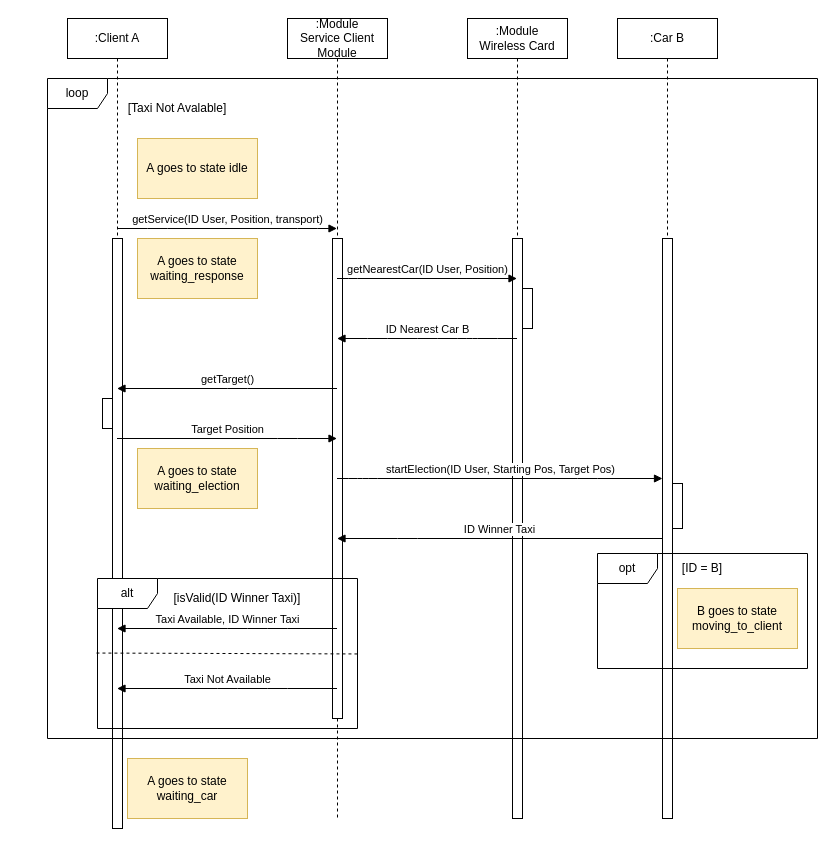
This is relazione/messaggi_utente_chiede_macchina.drawio from kraots94/Sistemi, a draw.io file, before an edit. Source tidied: cells renumbered, new cells numbered last; positions are measured from the earlier drawing's top-left corner, leaving out a move shared by most shapes. Both pictures are drawn from the tidied source at 100%, with x=0, y=0 at pixel (47, 18).
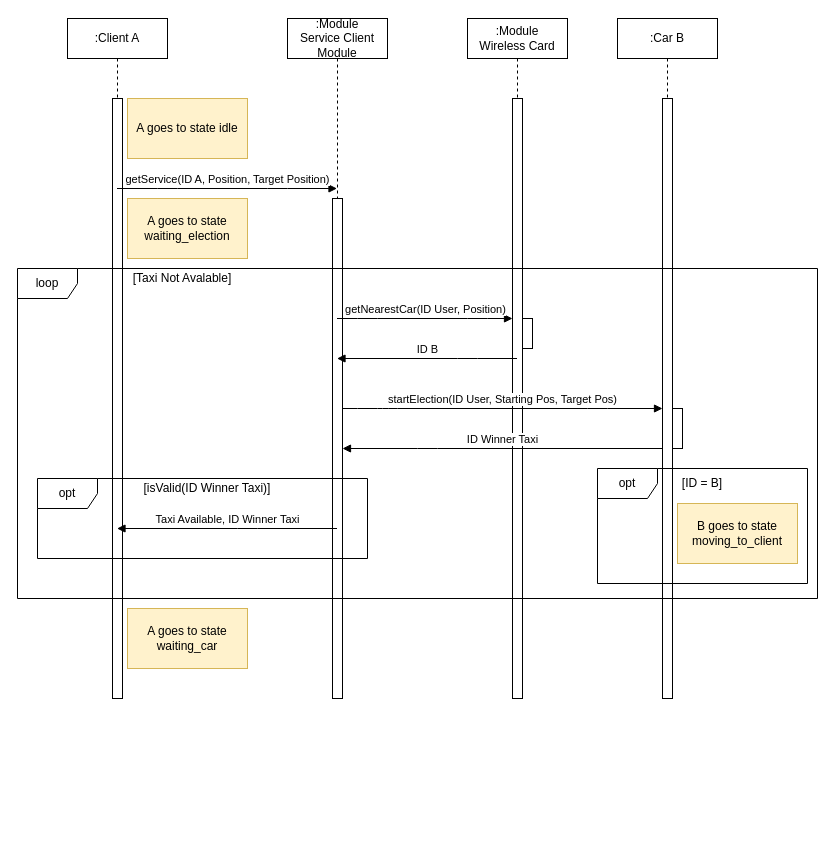
After the change.

Diff of the diagram source:
```diff
@@
     <mxCell id="2" value=":Client A" style="shape=umlLifeline;perimeter=lifelinePerimeter;whiteSpace=wrap;html=1;outlineConnect=0;" parent="1" vertex="1">
-      <mxGeometry x="20" width="100" height="810" as="geometry" />
+      <mxGeometry x="20" width="100" height="680" as="geometry" />
     </mxCell>
     <mxCell id="3" style="html=1;perimeter=orthogonalPerimeter;" parent="2" vertex="1">
-      <mxGeometry x="45" y="220" width="10" height="590" as="geometry" />
+      <mxGeometry x="45" y="80" width="10" height="600" as="geometry" />
     </mxCell>
-    <mxCell id="4" style="html=1;perimeter=orthogonalPerimeter;" parent="2" vertex="1">
-      <mxGeometry x="35" y="380" width="10" height="30" as="geometry" />
-    </mxCell>
     <mxCell id="5" value=":Module&lt;br&gt;Service Client Module" style="shape=umlLifeline;perimeter=lifelinePerimeter;whiteSpace=wrap;html=1;outlineConnect=0;" parent="1" vertex="1">
-      <mxGeometry x="240" width="100" height="800" as="geometry" />
+      <mxGeometry x="240" width="100" height="680" as="geometry" />
     </mxCell>
     <mxCell id="6" style="html=1;points=[];perimeter=orthogonalPerimeter;" parent="5" vertex="1">
-      <mxGeometry x="45" y="220" width="10" height="480" as="geometry" />
+      <mxGeometry x="45" y="180" width="10" height="500" as="geometry" />
     </mxCell>
     <mxCell id="7" value=":Module&lt;br&gt;Wireless Card" style="shape=umlLifeline;perimeter=lifelinePerimeter;whiteSpace=wrap;html=1;outlineConnect=0;" parent="1" vertex="1">
-      <mxGeometry x="420" width="100" height="800" as="geometry" />
+      <mxGeometry x="420" width="100" height="680" as="geometry" />
     </mxCell>
     <mxCell id="8" style="html=1;points=[];perimeter=orthogonalPerimeter;" parent="7" vertex="1">
-      <mxGeometry x="45" y="220" width="10" height="580" as="geometry" />
+      <mxGeometry x="45" y="80" width="10" height="600" as="geometry" />
     </mxCell>
     <mxCell id="9" style="html=1;perimeter=orthogonalPerimeter;" parent="7" vertex="1">
-      <mxGeometry x="55" y="270" width="10" height="40" as="geometry" />
+      <mxGeometry x="55" y="300" width="10" height="30" as="geometry" />
     </mxCell>
-    <mxCell id="10" value="A goes to state waiting_response" style="rounded=0;whiteSpace=wrap;html=1;fillColor=#fff2cc;strokeColor=#d6b656;" parent="1" vertex="1">
-      <mxGeometry x="90" y="220" width="120" height="60" as="geometry" />
-    </mxCell>
-    <mxCell id="11" value="getService(ID User, Position, transport)" style="html=1;verticalAlign=bottom;endArrow=block;" parent="1" edge="1">
+    <mxCell id="11" value="getService(ID A, Position, Target Position)" style="html=1;verticalAlign=bottom;endArrow=block;" parent="1" edge="1" source="2" target="5">
       <mxGeometry relative="1" as="geometry">
-        <mxPoint x="69.5" y="210" as="sourcePoint" />
-        <mxPoint x="289.5" y="210" as="targetPoint" />
         <Array as="points">
-          <mxPoint x="110" y="210" />
-          <mxPoint x="260" y="210" />
+          <mxPoint x="120" y="170" />
+          <mxPoint x="230" y="170" />
         </Array>
       </mxGeometry>
     </mxCell>
-    <mxCell id="12" value="getNearestCar(ID User, Position)" style="html=1;verticalAlign=bottom;endArrow=block;" parent="1" edge="1">
+    <mxCell id="12" value="getNearestCar(ID User, Position)" style="html=1;verticalAlign=bottom;endArrow=block;" parent="1" edge="1" source="5" target="8">
       <mxGeometry relative="1" as="geometry">
-        <mxPoint x="289.5" y="260" as="sourcePoint" />
-        <mxPoint x="469.5" y="260" as="targetPoint" />
         <Array as="points">
-          <mxPoint x="300" y="260" />
+          <mxPoint x="320" y="300" />
+          <mxPoint x="430" y="300" />
         </Array>
       </mxGeometry>
     </mxCell>
-    <mxCell id="13" value="ID Nearest Car B" style="html=1;verticalAlign=bottom;endArrow=block;" parent="1" edge="1">
-      <mxGeometry relative="1" as="geometry">
-        <mxPoint x="469.5" y="320" as="sourcePoint" />
-        <mxPoint x="289.5" y="320" as="targetPoint" />
-        <Array as="points">
-          <mxPoint x="440" y="320" />
-          <mxPoint x="420" y="320" />
-          <mxPoint x="380" y="320" />
-          <mxPoint x="330" y="320" />
-        </Array>
-      </mxGeometry>
-    </mxCell>
-    <mxCell id="14" value="startElection(ID User, Starting Pos, Target Pos)" style="html=1;verticalAlign=bottom;endArrow=block;" parent="1" edge="1" target="16">
+    <mxCell id="14" value="startElection(ID User, Starting Pos, Target Pos)" style="html=1;verticalAlign=bottom;endArrow=block;" parent="1" edge="1" source="6" target="16">
       <mxGeometry relative="1" as="geometry">
-        <mxPoint x="289.5" y="460" as="sourcePoint" />
         <Array as="points">
-          <mxPoint x="300" y="460" />
-          <mxPoint x="320" y="460" />
-          <mxPoint x="540" y="460" />
+          <mxPoint x="320" y="390" />
+          <mxPoint x="340" y="390" />
+          <mxPoint x="550" y="390" />
         </Array>
       </mxGeometry>
     </mxCell>
     <mxCell id="15" value=":Car B" style="shape=umlLifeline;perimeter=lifelinePerimeter;whiteSpace=wrap;html=1;" parent="1" vertex="1">
-      <mxGeometry x="570" width="100" height="800" as="geometry" />
+      <mxGeometry x="570" width="100" height="680" as="geometry" />
     </mxCell>
     <mxCell id="16" style="html=1;points=[];perimeter=orthogonalPerimeter;" parent="15" vertex="1">
-      <mxGeometry x="45" y="220" width="10" height="580" as="geometry" />
+      <mxGeometry x="45" y="80" width="10" height="600" as="geometry" />
     </mxCell>
     <mxCell id="17" style="html=1;perimeter=orthogonalPerimeter;" parent="15" vertex="1">
-      <mxGeometry x="55" y="465" width="10" height="45" as="geometry" />
+      <mxGeometry x="55" y="390" width="10" height="40" as="geometry" />
     </mxCell>
-    <mxCell id="18" value="Target Position" style="html=1;verticalAlign=bottom;endArrow=block;" parent="1" edge="1">
-      <mxGeometry relative="1" as="geometry">
-        <mxPoint x="69.5" y="420" as="sourcePoint" />
-        <mxPoint x="289.5" y="420" as="targetPoint" />
-        <Array as="points">
-          <mxPoint x="240" y="420" />
-        </Array>
-      </mxGeometry>
-    </mxCell>
     <mxCell id="19" value="A goes to state waiting_election" style="rounded=0;whiteSpace=wrap;html=1;fillColor=#fff2cc;strokeColor=#d6b656;" parent="1" vertex="1">
-      <mxGeometry x="90" y="430" width="120" height="60" as="geometry" />
+      <mxGeometry x="80" y="180" width="120" height="60" as="geometry" />
     </mxCell>
-    <mxCell id="20" value="getTarget()" style="html=1;verticalAlign=bottom;endArrow=block;" parent="1" edge="1">
-      <mxGeometry relative="1" as="geometry">
-        <mxPoint x="289.5" y="370" as="sourcePoint" />
-        <mxPoint x="69.5" y="370" as="targetPoint" />
-        <Array as="points">
-          <mxPoint x="190" y="370" />
-        </Array>
-      </mxGeometry>
-    </mxCell>
     <mxCell id="21" value="loop" style="shape=umlFrame;whiteSpace=wrap;html=1;" parent="1" vertex="1">
-      <mxGeometry y="60" width="770" height="660" as="geometry" />
+      <mxGeometry x="-30" y="250" width="800" height="330" as="geometry" />
     </mxCell>
     <mxCell id="22" value="[Taxi Not Avalable]" style="text;html=1;strokeColor=none;fillColor=none;align=center;verticalAlign=middle;whiteSpace=wrap;rounded=0;" parent="1" vertex="1">
-      <mxGeometry x="75" y="80" width="110" height="20" as="geometry" />
+      <mxGeometry x="80" y="250" width="110" height="20" as="geometry" />
     </mxCell>
-    <mxCell id="23" value="Taxi Available, ID Winner Taxi" style="html=1;verticalAlign=bottom;endArrow=block;" parent="1" edge="1">
+    <mxCell id="23" value="Taxi Available, ID Winner Taxi" style="html=1;verticalAlign=bottom;endArrow=block;" parent="1" edge="1" source="5" target="2">
       <mxGeometry relative="1" as="geometry">
-        <mxPoint x="289.5" y="610" as="sourcePoint" />
-        <mxPoint x="69.5" y="610" as="targetPoint" />
         <Array as="points">
-          <mxPoint x="230" y="610" />
-          <mxPoint x="190" y="610" />
+          <mxPoint x="200" y="510" />
         </Array>
       </mxGeometry>
     </mxCell>
-    <mxCell id="24" value="Taxi Not Available" style="html=1;verticalAlign=bottom;endArrow=block;" parent="1" edge="1">
-      <mxGeometry relative="1" as="geometry">
-        <mxPoint x="289.5" y="670" as="sourcePoint" />
-        <mxPoint x="69.5" y="670" as="targetPoint" />
-        <Array as="points">
-          <mxPoint x="230" y="670" />
-          <mxPoint x="180" y="670" />
-        </Array>
-      </mxGeometry>
-    </mxCell>
-    <mxCell id="25" value="alt" style="shape=umlFrame;whiteSpace=wrap;html=1;" parent="1" vertex="1">
-      <mxGeometry x="50" y="560" width="260" height="150" as="geometry" />
+    <mxCell id="25" value="opt" style="shape=umlFrame;whiteSpace=wrap;html=1;" parent="1" vertex="1">
+      <mxGeometry x="-10" y="460" width="330" height="80" as="geometry" />
     </mxCell>
     <mxCell id="26" value="[isValid(ID Winner Taxi)]" style="text;html=1;strokeColor=none;fillColor=none;align=center;verticalAlign=middle;whiteSpace=wrap;rounded=0;" parent="1" vertex="1">
-      <mxGeometry x="110" y="570" width="160" height="20" as="geometry" />
+      <mxGeometry x="80" y="460" width="160" height="20" as="geometry" />
     </mxCell>
-    <mxCell id="27" style="endArrow=none;dashed=1;html=1;exitX=-0.004;exitY=0.497;exitDx=0;exitDy=0;exitPerimeter=0;entryX=1;entryY=0.503;entryDx=0;entryDy=0;entryPerimeter=0;" parent="1" edge="1" source="25" target="25">
-      <mxGeometry relative="1" as="geometry" />
-    </mxCell>
     <mxCell id="28" value="A goes to state idle" style="rounded=0;whiteSpace=wrap;html=1;fillColor=#fff2cc;strokeColor=#d6b656;" parent="1" vertex="1">
-      <mxGeometry x="90" y="120" width="120" height="60" as="geometry" />
+      <mxGeometry x="80" y="80" width="120" height="60" as="geometry" />
     </mxCell>
-    <mxCell id="29" value="ID Winner Taxi" style="html=1;verticalAlign=bottom;endArrow=block;" parent="1" edge="1" source="16">
+    <mxCell id="29" value="ID Winner Taxi" style="html=1;verticalAlign=bottom;endArrow=block;" parent="1" edge="1" source="16" target="6">
       <mxGeometry relative="1" as="geometry">
-        <mxPoint x="289.5" y="520" as="targetPoint" />
         <Array as="points">
-          <mxPoint x="360" y="520" />
+          <mxPoint x="380" y="430" />
         </Array>
       </mxGeometry>
     </mxCell>
     <mxCell id="30" value="A goes to state waiting_car" style="rounded=0;whiteSpace=wrap;html=1;fillColor=#fff2cc;strokeColor=#d6b656;" parent="1" vertex="1">
-      <mxGeometry x="80" y="740" width="120" height="60" as="geometry" />
+      <mxGeometry x="80" y="590" width="120" height="60" as="geometry" />
     </mxCell>
     <mxCell id="31" value="opt" style="shape=umlFrame;whiteSpace=wrap;html=1;" parent="1" vertex="1">
-      <mxGeometry x="550" y="535" width="210" height="115" as="geometry" />
+      <mxGeometry x="550" y="450" width="210" height="115" as="geometry" />
     </mxCell>
     <mxCell id="32" value="[ID = B]" style="text;html=1;strokeColor=none;fillColor=none;align=center;verticalAlign=middle;whiteSpace=wrap;rounded=0;" parent="1" vertex="1">
-      <mxGeometry x="630" y="540" width="50" height="20" as="geometry" />
+      <mxGeometry x="630" y="455" width="50" height="20" as="geometry" />
     </mxCell>
     <mxCell id="33" value="B goes to state moving_to_client" style="rounded=0;whiteSpace=wrap;html=1;fillColor=#fff2cc;strokeColor=#d6b656;" parent="1" vertex="1">
-      <mxGeometry x="630" y="570" width="120" height="60" as="geometry" />
+      <mxGeometry x="630" y="485" width="120" height="60" as="geometry" />
     </mxCell>
+    <mxCell id="34" value="ID B" style="html=1;verticalAlign=bottom;endArrow=block;" parent="1" edge="1" source="7" target="5">
+      <mxGeometry relative="1" as="geometry">
+        <Array as="points">
+          <mxPoint x="420" y="340" />
+        </Array>
+      </mxGeometry>
+    </mxCell>
```
